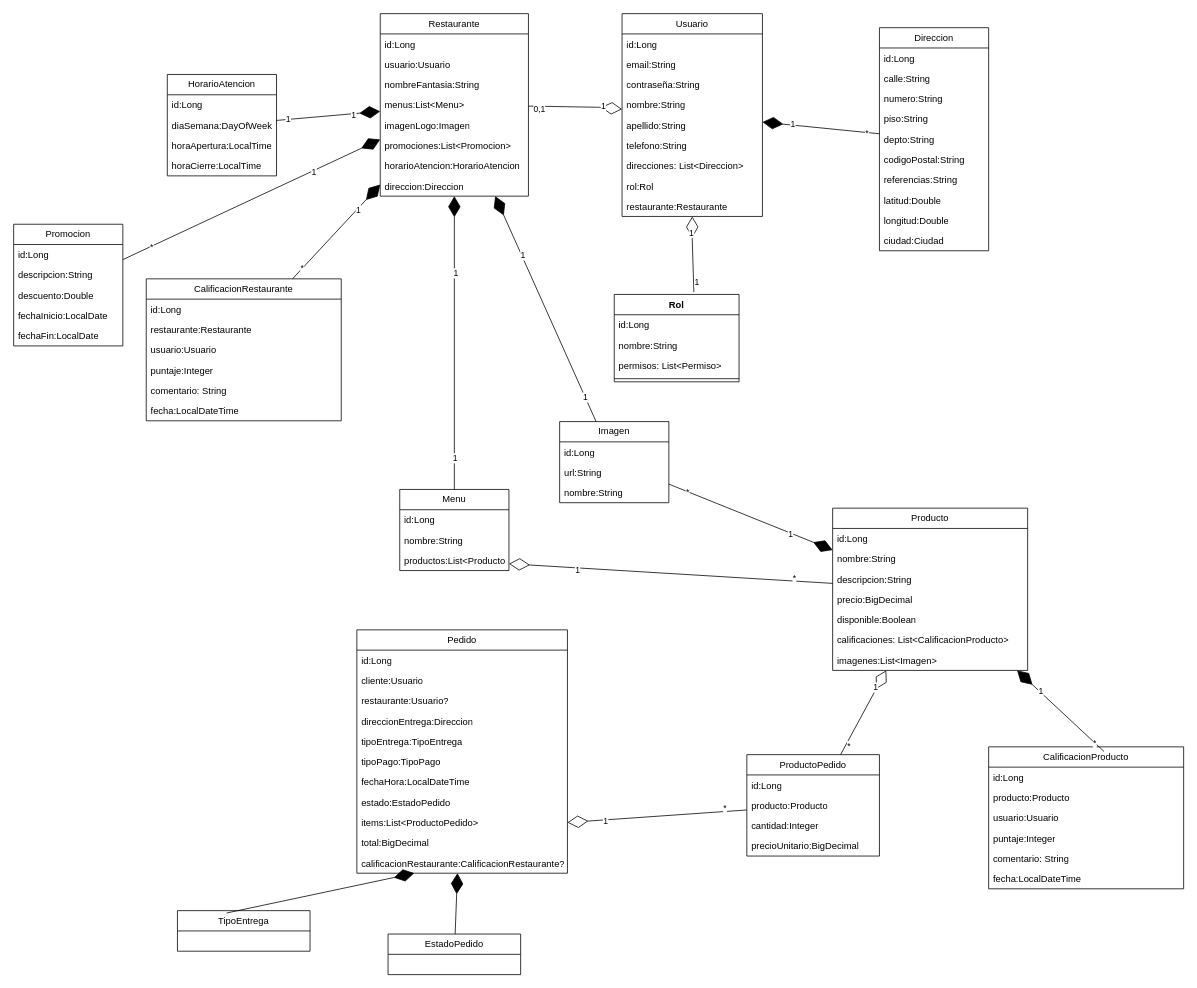
This is mordisco-api/doc/mordisco-uml.drawio from burgosfacundo/mordisco-app, a draw.io file, before an edit. Source tidied: cells renumbered, new cells numbered last; positions are measured from the earlier drawing's top-left corner, leaving out a move shared by most shapes. Both pictures are drawn from the tidied source at 78%, with x=0, y=0 at pixel (13, 13).
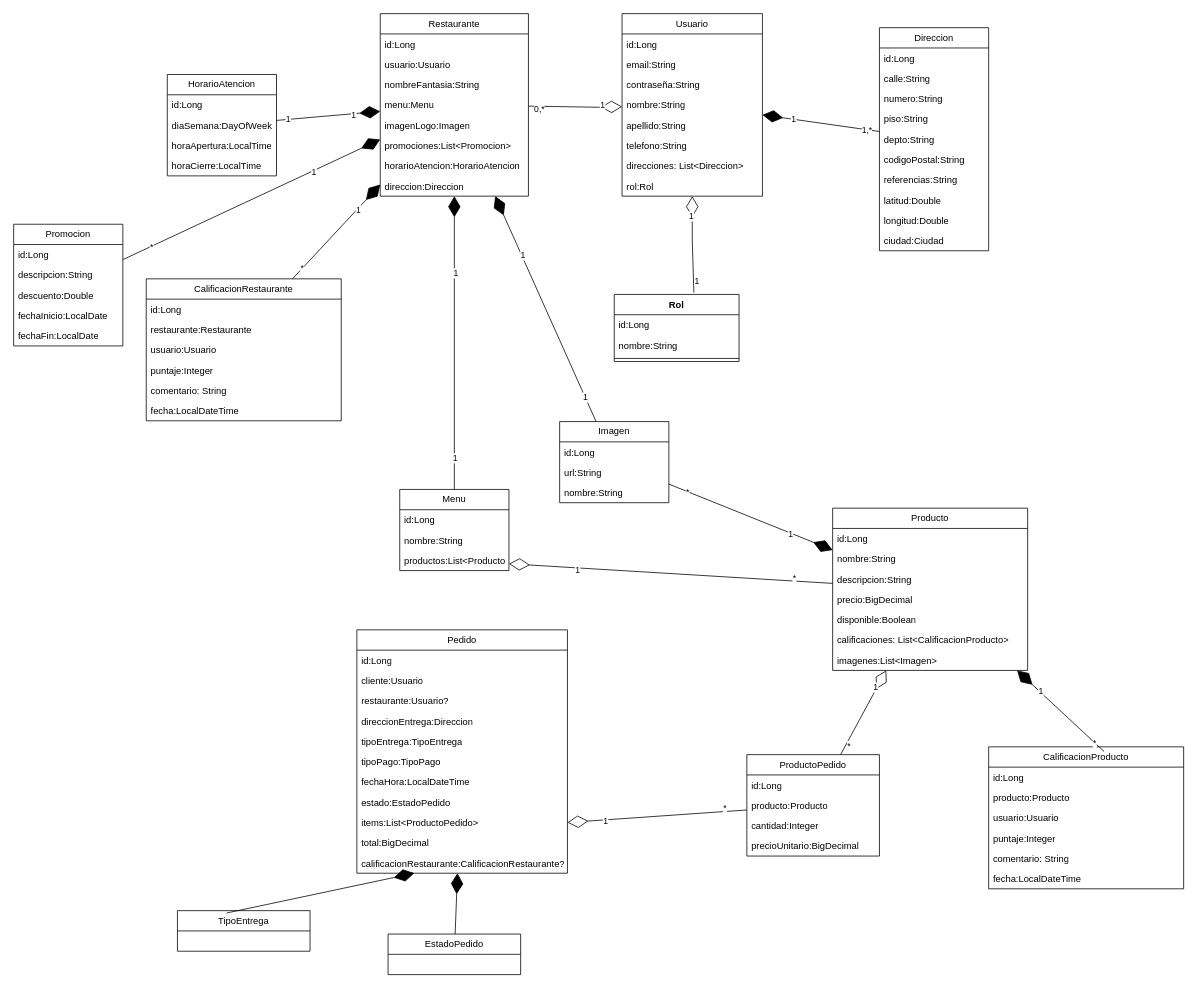
The same diagram, later.

Commit message:
Modifico uml

Unchanged cells that the change refers to:
```xml
<mxCell id="95" value="Restaurante" style="swimlane;fontStyle=0;horizontal=1;startSize=26;fillColor=none;whiteSpace=wrap;html=1;" parent="1" vertex="1">
  <mxGeometry x="470" width="190" height="234" as="geometry" />
</mxCell>
<mxCell id="111" style="endArrow=diamondThin;endFill=1;endSize=24;html=1;rounded=0;" parent="1" edge="1" source="12" target="2">
  <mxGeometry relative="1" as="geometry" />
</mxCell>
<mxCell id="114" style="endArrow=diamondThin;endFill=0;endSize=24;html=1;rounded=0;" parent="1" edge="1" source="95" target="2">
  <mxGeometry relative="1" as="geometry">
    <Array as="points">
      <mxPoint x="750" y="120" />
    </Array>
  </mxGeometry>
</mxCell>
```

What changed in the source:
```diff
@@
     <mxCell id="2" value="Usuario" style="swimlane;fontStyle=0;horizontal=1;startSize=26;fillColor=none;whiteSpace=wrap;html=1;" parent="1" vertex="1">
-      <mxGeometry x="780" width="180" height="260" as="geometry" />
+      <mxGeometry x="780" width="180" height="234" as="geometry" />
     </mxCell>
@@
-    <mxCell id="11" value="restaurante:Restaurante" style="text;strokeColor=none;fillColor=none;align=left;verticalAlign=top;spacingLeft=4;spacingRight=4;overflow=hidden;whiteSpace=wrap;html=1;" parent="2" vertex="1">
-      <mxGeometry y="234" width="180" height="26" as="geometry" />
-    </mxCell>
@@
     <mxCell id="23" value="Rol" style="swimlane;fontStyle=1;align=center;verticalAlign=top;horizontal=1;startSize=26;whiteSpace=wrap;html=1;" parent="1" vertex="1">
-      <mxGeometry x="770" y="360" width="160" height="112" as="geometry" />
+      <mxGeometry x="770" y="360" width="160" height="86" as="geometry" />
     </mxCell>
@@
-    <mxCell id="26" value="permisos: List&amp;lt;Permiso&amp;gt;" style="text;strokeColor=none;fillColor=none;align=left;verticalAlign=top;spacingLeft=4;spacingRight=4;overflow=hidden;whiteSpace=wrap;html=1;" parent="23" vertex="1">
-      <mxGeometry y="78" width="160" height="26" as="geometry" />
-    </mxCell>
     <mxCell id="27" style="line;strokeWidth=1;fillColor=none;align=left;verticalAlign=middle;spacingTop=-1;spacingLeft=3;spacingRight=3;labelPosition=right;strokeColor=inherit;" parent="23" vertex="1">
-      <mxGeometry y="104" width="160" height="8" as="geometry" />
+      <mxGeometry y="78" width="160" height="8" as="geometry" />
     </mxCell>
@@
-    <mxCell id="99" value="menus:List&amp;lt;Menu&amp;gt;" style="text;strokeColor=none;fillColor=none;align=left;verticalAlign=top;spacingLeft=4;spacingRight=4;overflow=hidden;whiteSpace=wrap;html=1;" parent="95" vertex="1">
+    <mxCell id="99" value="menu:Menu" style="text;strokeColor=none;fillColor=none;align=left;verticalAlign=top;spacingLeft=4;spacingRight=4;overflow=hidden;whiteSpace=wrap;html=1;" parent="95" vertex="1">
       <mxGeometry y="104" width="190" height="26" as="geometry" />
     </mxCell>
@@
-    <mxCell id="113" value="*" style="edgeLabel;html=1;align=center;verticalAlign=middle;" parent="111" vertex="1">
+    <mxCell id="113" value="1,*" style="edgeLabel;html=1;align=center;verticalAlign=middle;" parent="111" vertex="1">
       <mxGeometry x="-0.78" relative="1" as="geometry" />
     </mxCell>
@@
-    <mxCell id="116" value="0,1" style="edgeLabel;html=1;align=center;verticalAlign=middle;" parent="114" vertex="1">
+    <mxCell id="116" value="0,*" style="edgeLabel;html=1;align=center;verticalAlign=middle;" parent="114" vertex="1">
       <mxGeometry x="-0.76" y="-4" relative="1" as="geometry" />
     </mxCell>
```
